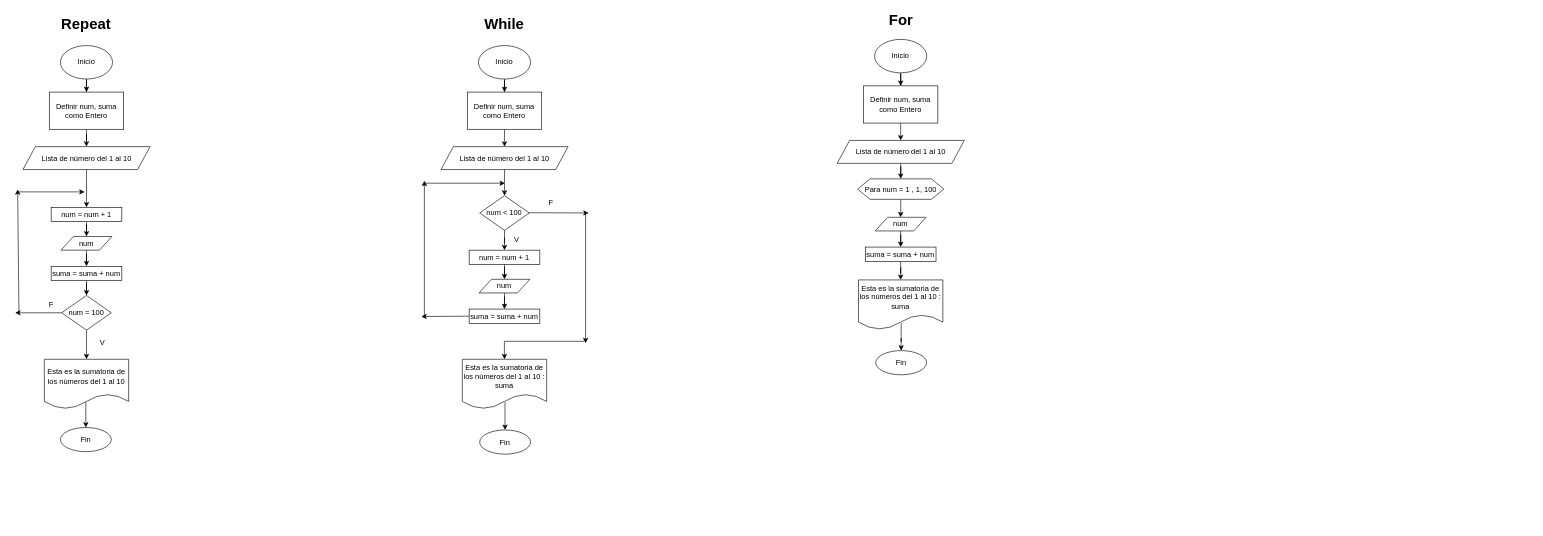
The draw.io diagram Diagrama repeat while for.drawio in AslanGuzman/juego-secreto, before the edit. Source tidied: cells renumbered, new cells numbered last; positions are measured from the earlier drawing's top-left corner, leaving out a move shared by most shapes. Both pictures are drawn from the tidied source at 62%, with x=0, y=0 at pixel (15, 11).
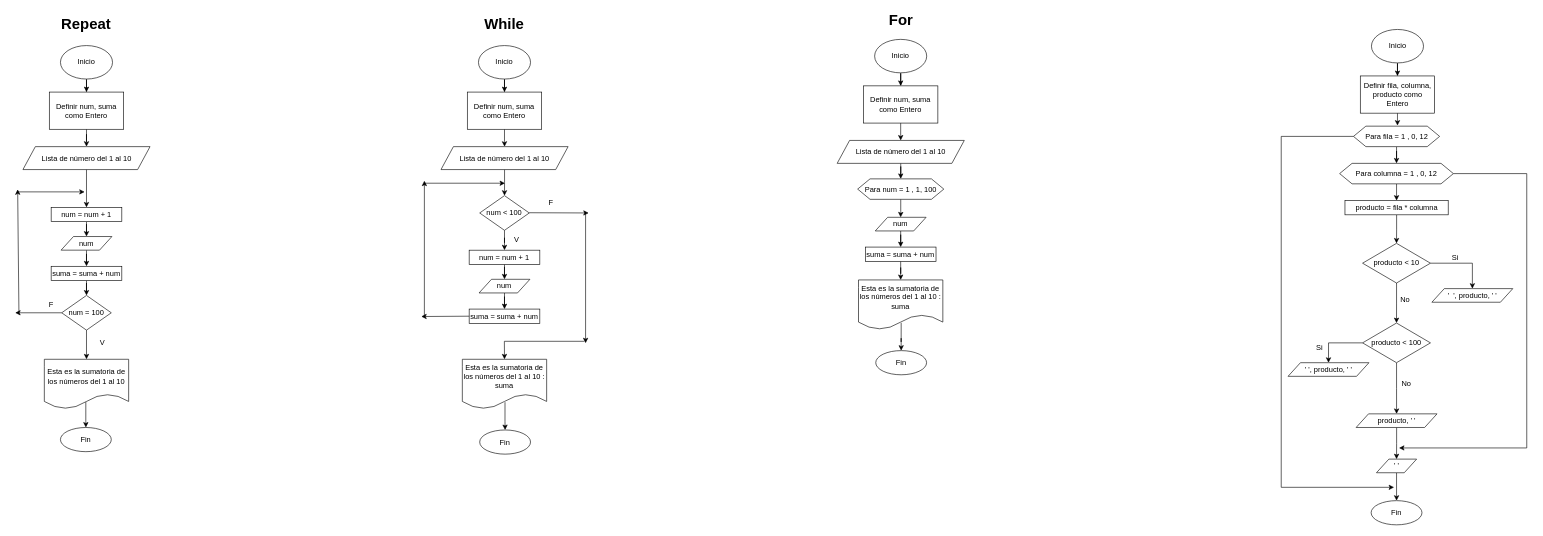
The same diagram, later.

The edit, as a diff of the source:
```diff
@@
+    <mxCell id="66" style="edgeStyle=orthogonalEdgeStyle;rounded=0;jettySize=auto;html=1;" parent="1" edge="1" source="67" target="69">
+      <mxGeometry relative="1" as="geometry" />
+    </mxCell>
+    <mxCell id="67" value="Inicio" style="ellipse;whiteSpace=wrap;html=1;" parent="1" vertex="1">
+      <mxGeometry x="2187.5" y="30" width="84" height="54" as="geometry" />
+    </mxCell>
+    <mxCell id="68" style="edgeStyle=orthogonalEdgeStyle;rounded=0;jettySize=auto;html=1;" parent="1" edge="1" source="69">
+      <mxGeometry relative="1" as="geometry">
+        <mxPoint x="2229.5" y="184.2" as="targetPoint" />
+      </mxGeometry>
+    </mxCell>
+    <mxCell id="69" value="Definir fila, columna, producto como Entero" style="rounded=0;whiteSpace=wrap;html=1;" parent="1" vertex="1">
+      <mxGeometry x="2169.5" y="105" width="120" height="60" as="geometry" />
+    </mxCell>
+    <mxCell id="70" value="'&amp;nbsp; ', producto, ' '" style="shape=parallelogram;perimeter=parallelogramPerimeter;whiteSpace=wrap;html=1;fixedSize=1;" parent="1" vertex="1">
+      <mxGeometry x="2285" y="448" width="130.5" height="22" as="geometry" />
+    </mxCell>
+    <mxCell id="71" style="edgeStyle=orthogonalEdgeStyle;rounded=0;jettySize=auto;html=1;entryX=0.5;entryY=0;entryDx=0;entryDy=0;" parent="1" edge="1" source="72" target="82">
+      <mxGeometry relative="1" as="geometry" />
+    </mxCell>
+    <mxCell id="72" value="producto = fila * columna" style="rounded=0;whiteSpace=wrap;html=1;" parent="1" vertex="1">
+      <mxGeometry x="2144.8" y="306" width="166.5" height="23" as="geometry" />
+    </mxCell>
+    <mxCell id="73" value="Fin" style="ellipse;whiteSpace=wrap;html=1;" parent="1" vertex="1">
+      <mxGeometry x="2187" y="790" width="82" height="39" as="geometry" />
+    </mxCell>
+    <mxCell id="74" style="edgeStyle=orthogonalEdgeStyle;rounded=0;jettySize=auto;html=1;entryX=0.5;entryY=0;entryDx=0;entryDy=0;" parent="1" edge="1" source="76" target="79">
+      <mxGeometry relative="1" as="geometry" />
+    </mxCell>
+    <mxCell id="75" style="edgeStyle=orthogonalEdgeStyle;rounded=0;jettySize=auto;html=1;exitX=0;exitY=0.5;exitDx=0;exitDy=0;" parent="1" edge="1" source="76">
+      <mxGeometry relative="1" as="geometry">
+        <mxPoint x="2224" y="768.5" as="targetPoint" />
+        <Array as="points">
+          <mxPoint x="2042" y="203" />
+          <mxPoint x="2042" y="769" />
+        </Array>
+      </mxGeometry>
+    </mxCell>
+    <mxCell id="76" value="Para fila = 1 , 0, 12" style="shape=hexagon;perimeter=hexagonPerimeter2;whiteSpace=wrap;html=1;fixedSize=1;" parent="1" vertex="1">
+      <mxGeometry x="2158.5" y="186" width="139" height="33" as="geometry" />
+    </mxCell>
+    <mxCell id="77" style="edgeStyle=orthogonalEdgeStyle;rounded=0;jettySize=auto;html=1;entryX=0.5;entryY=0;entryDx=0;entryDy=0;" parent="1" edge="1" source="79" target="72">
+      <mxGeometry relative="1" as="geometry" />
+    </mxCell>
+    <mxCell id="78" style="edgeStyle=orthogonalEdgeStyle;rounded=0;jettySize=auto;html=1;" parent="1" edge="1" source="79">
+      <mxGeometry relative="1" as="geometry">
+        <mxPoint x="2232" y="705" as="targetPoint" />
+        <Array as="points">
+          <mxPoint x="2438" y="263" />
+          <mxPoint x="2438" y="705" />
+        </Array>
+      </mxGeometry>
+    </mxCell>
+    <mxCell id="79" value="Para columna = 1 , 0, 12" style="shape=hexagon;perimeter=hexagonPerimeter2;whiteSpace=wrap;html=1;fixedSize=1;" parent="1" vertex="1">
+      <mxGeometry x="2136.2" y="246" width="183.5" height="33" as="geometry" />
+    </mxCell>
+    <mxCell id="80" style="edgeStyle=orthogonalEdgeStyle;rounded=0;jettySize=auto;html=1;" parent="1" edge="1" source="82" target="70">
+      <mxGeometry relative="1" as="geometry" />
+    </mxCell>
+    <mxCell id="81" style="edgeStyle=orthogonalEdgeStyle;rounded=0;jettySize=auto;html=1;entryX=0.5;entryY=0;entryDx=0;entryDy=0;" parent="1" edge="1" source="82" target="85">
+      <mxGeometry relative="1" as="geometry" />
+    </mxCell>
+    <mxCell id="82" value="producto &amp;lt; 10" style="rhombus;whiteSpace=wrap;html=1;" parent="1" vertex="1">
+      <mxGeometry x="2173.2" y="375" width="109.5" height="64" as="geometry" />
+    </mxCell>
+    <mxCell id="83" style="edgeStyle=orthogonalEdgeStyle;rounded=0;jettySize=auto;html=1;entryX=0.5;entryY=0;entryDx=0;entryDy=0;" parent="1" edge="1" source="85" target="91">
+      <mxGeometry relative="1" as="geometry" />
+    </mxCell>
+    <mxCell id="84" style="edgeStyle=orthogonalEdgeStyle;rounded=0;jettySize=auto;html=1;exitX=0;exitY=0.5;exitDx=0;exitDy=0;entryX=0.5;entryY=0;entryDx=0;entryDy=0;" parent="1" edge="1" source="85" target="86">
+      <mxGeometry relative="1" as="geometry" />
+    </mxCell>
+    <mxCell id="85" value="producto &amp;lt; 100" style="rhombus;whiteSpace=wrap;html=1;" parent="1" vertex="1">
+      <mxGeometry x="2173.2" y="503.5" width="109.5" height="64" as="geometry" />
+    </mxCell>
+    <mxCell id="86" value="' ', producto, ' '" style="shape=parallelogram;perimeter=parallelogramPerimeter;whiteSpace=wrap;html=1;fixedSize=1;" parent="1" vertex="1">
+      <mxGeometry x="2053" y="567.5" width="130.5" height="22" as="geometry" />
+    </mxCell>
+    <mxCell id="87" value="Si" style="text;html=1;align=center;verticalAlign=middle;whiteSpace=wrap;rounded=0;" parent="1" vertex="1">
+      <mxGeometry x="2293.2" y="382.5" width="60" height="30" as="geometry" />
+    </mxCell>
+    <mxCell id="88" value="No" style="text;html=1;align=center;verticalAlign=middle;whiteSpace=wrap;rounded=0;" parent="1" vertex="1">
+      <mxGeometry x="2211.5" y="451" width="60" height="30" as="geometry" />
+    </mxCell>
+    <mxCell id="89" value="Si" style="text;html=1;align=center;verticalAlign=middle;whiteSpace=wrap;rounded=0;" parent="1" vertex="1">
+      <mxGeometry x="2074" y="529" width="60" height="30" as="geometry" />
+    </mxCell>
+    <mxCell id="90" style="edgeStyle=orthogonalEdgeStyle;rounded=0;jettySize=auto;html=1;entryX=0.5;entryY=0;entryDx=0;entryDy=0;" parent="1" edge="1" source="91" target="94">
+      <mxGeometry relative="1" as="geometry" />
+    </mxCell>
+    <mxCell id="91" value="producto, ' '" style="shape=parallelogram;perimeter=parallelogramPerimeter;whiteSpace=wrap;html=1;fixedSize=1;" parent="1" vertex="1">
+      <mxGeometry x="2162.8" y="650" width="130.5" height="22" as="geometry" />
+    </mxCell>
+    <mxCell id="92" value="No" style="text;html=1;align=center;verticalAlign=middle;whiteSpace=wrap;rounded=0;" parent="1" vertex="1">
+      <mxGeometry x="2214" y="587" width="60" height="30" as="geometry" />
+    </mxCell>
+    <mxCell id="93" style="edgeStyle=orthogonalEdgeStyle;rounded=0;jettySize=auto;html=1;entryX=0.5;entryY=0;entryDx=0;entryDy=0;" parent="1" edge="1" source="94" target="73">
+      <mxGeometry relative="1" as="geometry" />
+    </mxCell>
+    <mxCell id="94" value="' '" style="shape=parallelogram;perimeter=parallelogramPerimeter;whiteSpace=wrap;html=1;fixedSize=1;" parent="1" vertex="1">
+      <mxGeometry x="2195.6" y="723" width="64.8" height="22" as="geometry" />
+    </mxCell>
```
